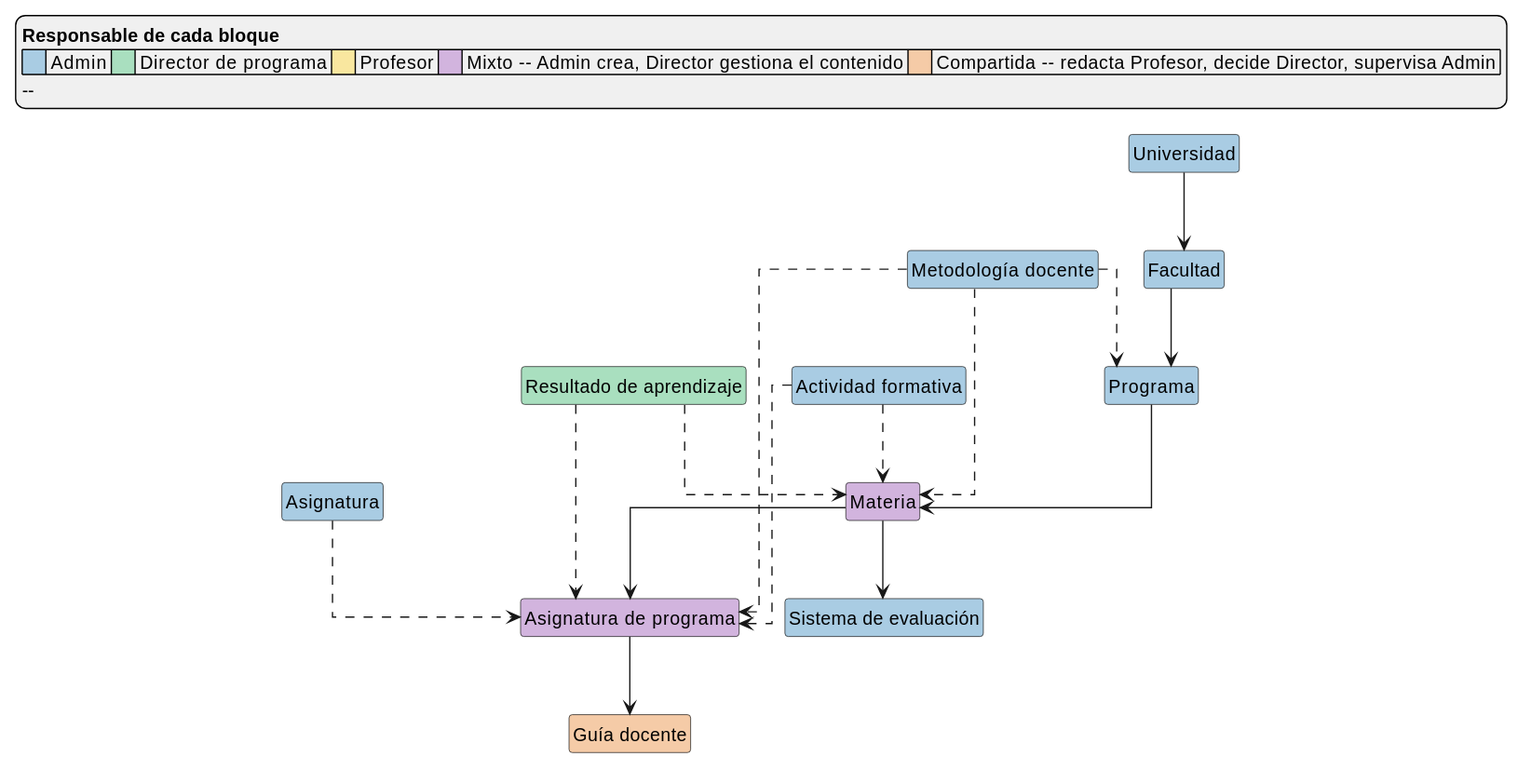
Earlier version of the PlantUML export images/MANUAL_USUARIO/estructuraDelSistema.svg (mmasias/pyCeldaPublico).
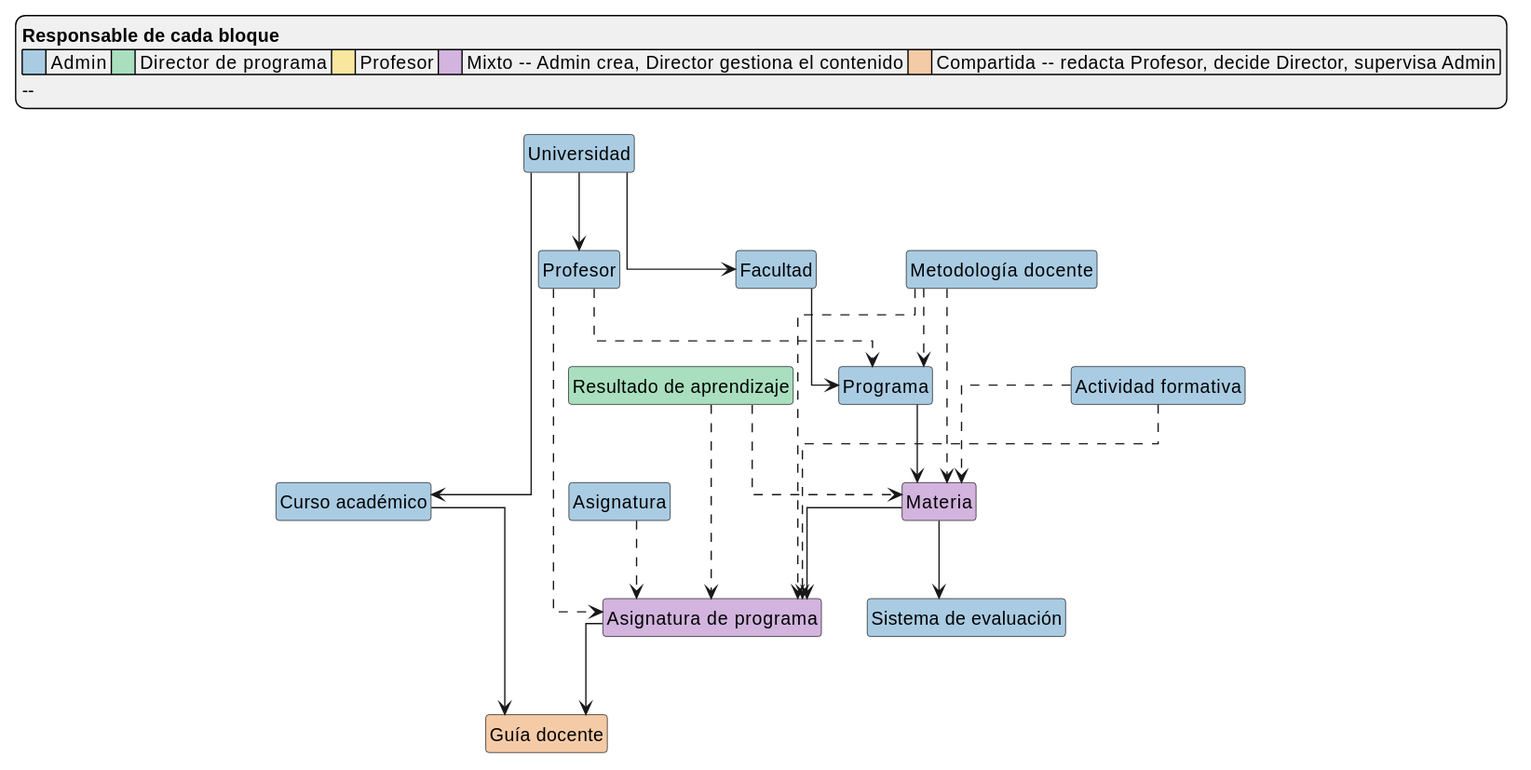
The same diagram one commit later.

Commit message:
docs(manual): el mapa de la estructura del sistema incluye cursos académicos y profesorado (pyCelda #712)

The edit, as a diff of the source:
```diff
@@ -24,6 +24,7 @@
 class "Sistema de evaluación" as SistemaEvaluacion #A9CCE3
 class "Asignatura de programa" as AsignaturaPrograma #D2B4DE
 class "Guía docente" as Guia #F5CBA7
+class "Curso académico" as CursoAcademico #A9CCE3
 
 Universidad --> Facultad
 Facultad --> Programa
@@ -31,11 +32,14 @@
 Materia --> SistemaEvaluacion
 Materia --> AsignaturaPrograma
 AsignaturaPrograma --> Guia
+Universidad --> CursoAcademico
+CursoAcademico --> Guia
 
 class "Asignatura" as Asignatura #A9CCE3
 class "Metodología docente" as MetodologiaDocente #A9CCE3
 class "Resultado de aprendizaje" as ResultadoAprendizaje #A9DFBF
 class "Actividad formativa" as ActividadFormativa #A9CCE3
+class "Profesor" as Profesor #A9CCE3
 
 Asignatura ..> AsignaturaPrograma
 MetodologiaDocente ..> Programa
@@ -45,4 +49,7 @@
 ResultadoAprendizaje ..> AsignaturaPrograma
 ActividadFormativa ..> Materia
 ActividadFormativa ..> AsignaturaPrograma
+Universidad --> Profesor
+Profesor ..> AsignaturaPrograma
+Profesor ..> Programa
 @enduml
```
